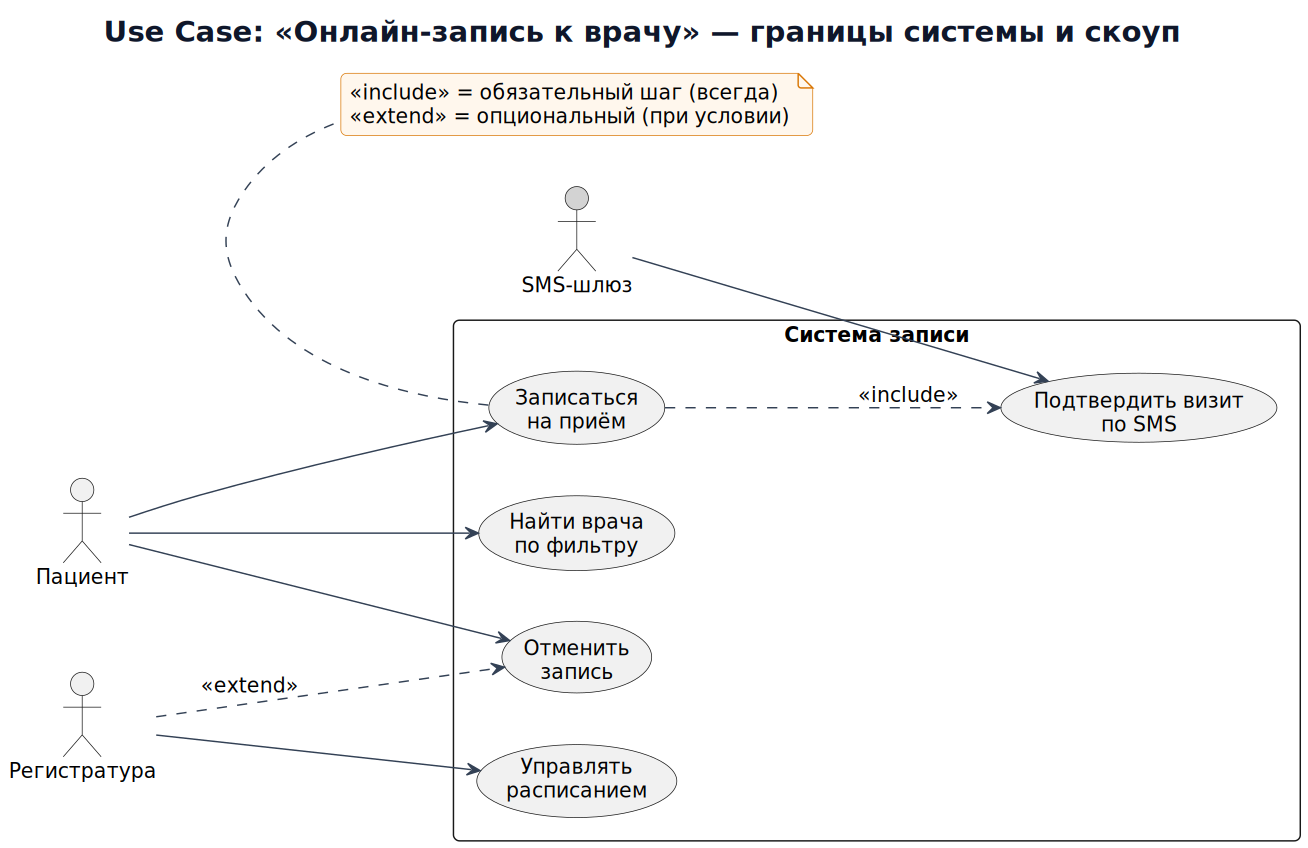
The PlantUML diagram images_m2/m2_01_usecase.png in maedodo11/fullstack-system-analyst, before a commit. Its source is kept beside it as puml_m2/m2_01_usecase.puml.
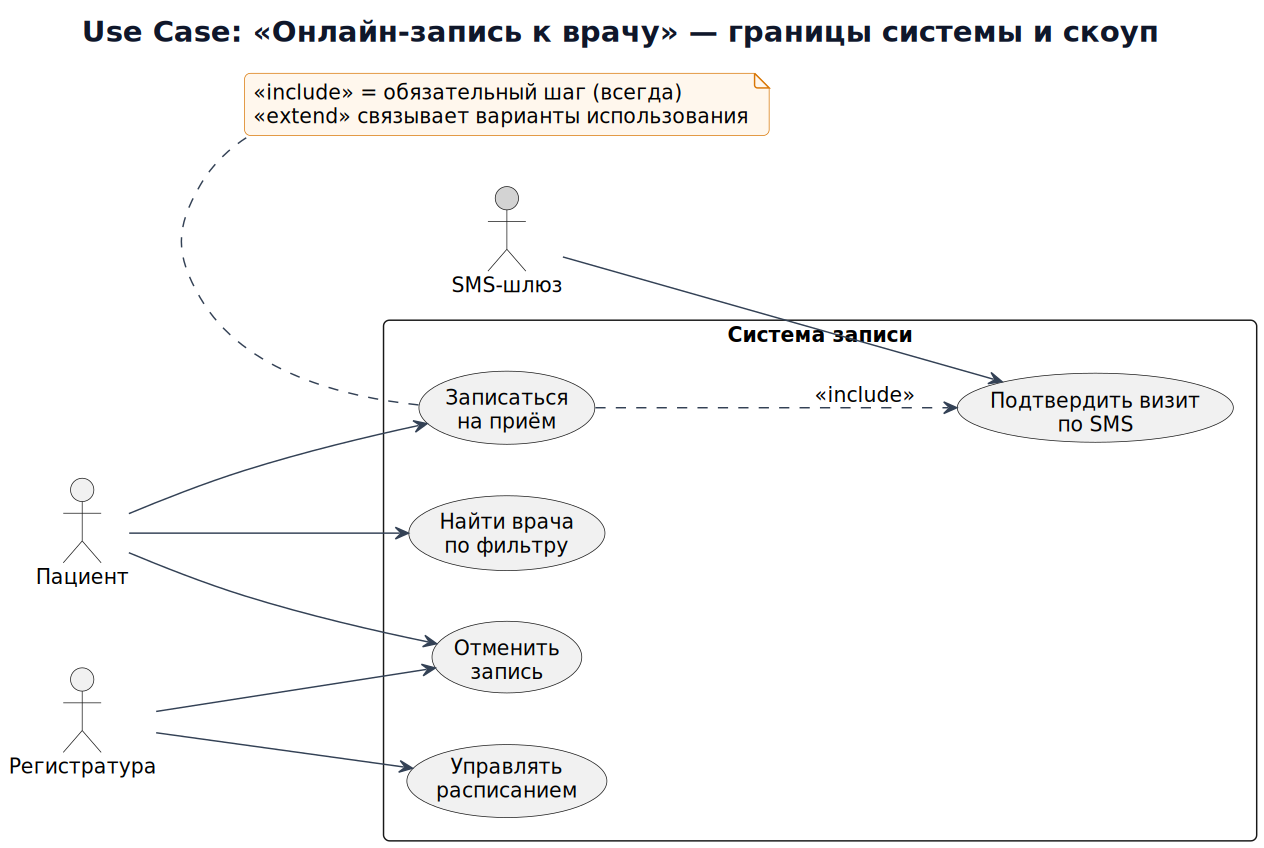
The same file after the commit.

Diff of the diagram source:
```diff
@@ -26,8 +26,8 @@
 P --> UC2
 P --> UC3
 R --> UC5
-R ..> UC3 : <<extend>>
+R --> UC3
 UC2 ..> UC4 : <<include>>
 S --> UC4
-note bottom of UC2: <<include>> = обязательный шаг (всегда)\n<<extend>> = опциональный (при условии)
+note bottom of UC2: <<include>> = обязательный шаг (всегда)\n<<extend>> связывает варианты использования
 @enduml
```
